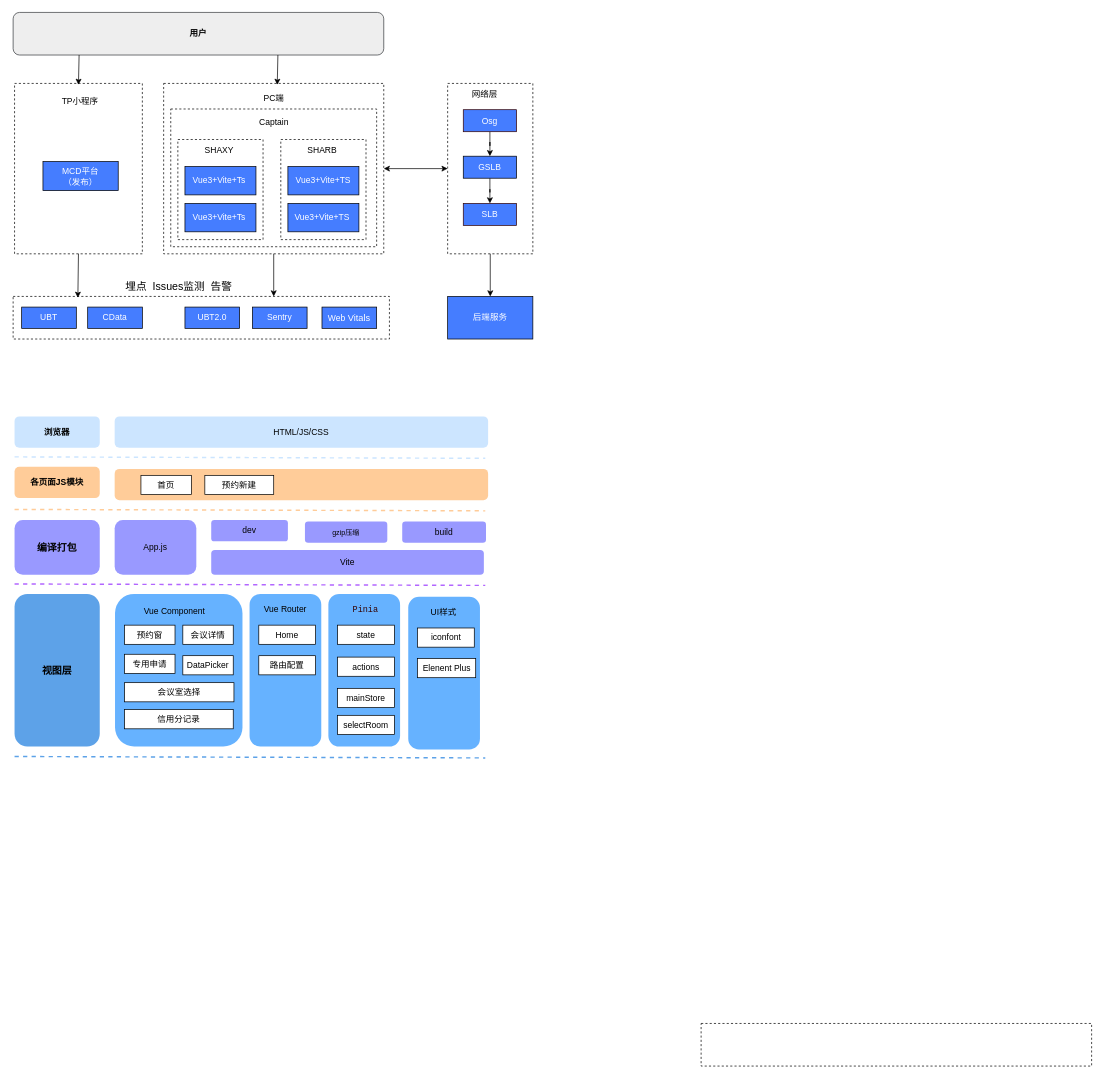
The draw.io diagram 未命名绘图.drawio in heaquan/xmind, before the edit. Source tidied: cells renumbered, new cells numbered last; positions are measured from the earlier drawing's top-left corner, leaving out a move shared by most shapes. Both pictures are drawn from the tidied source at 71%, with x=0, y=0 at pixel (13, 12).
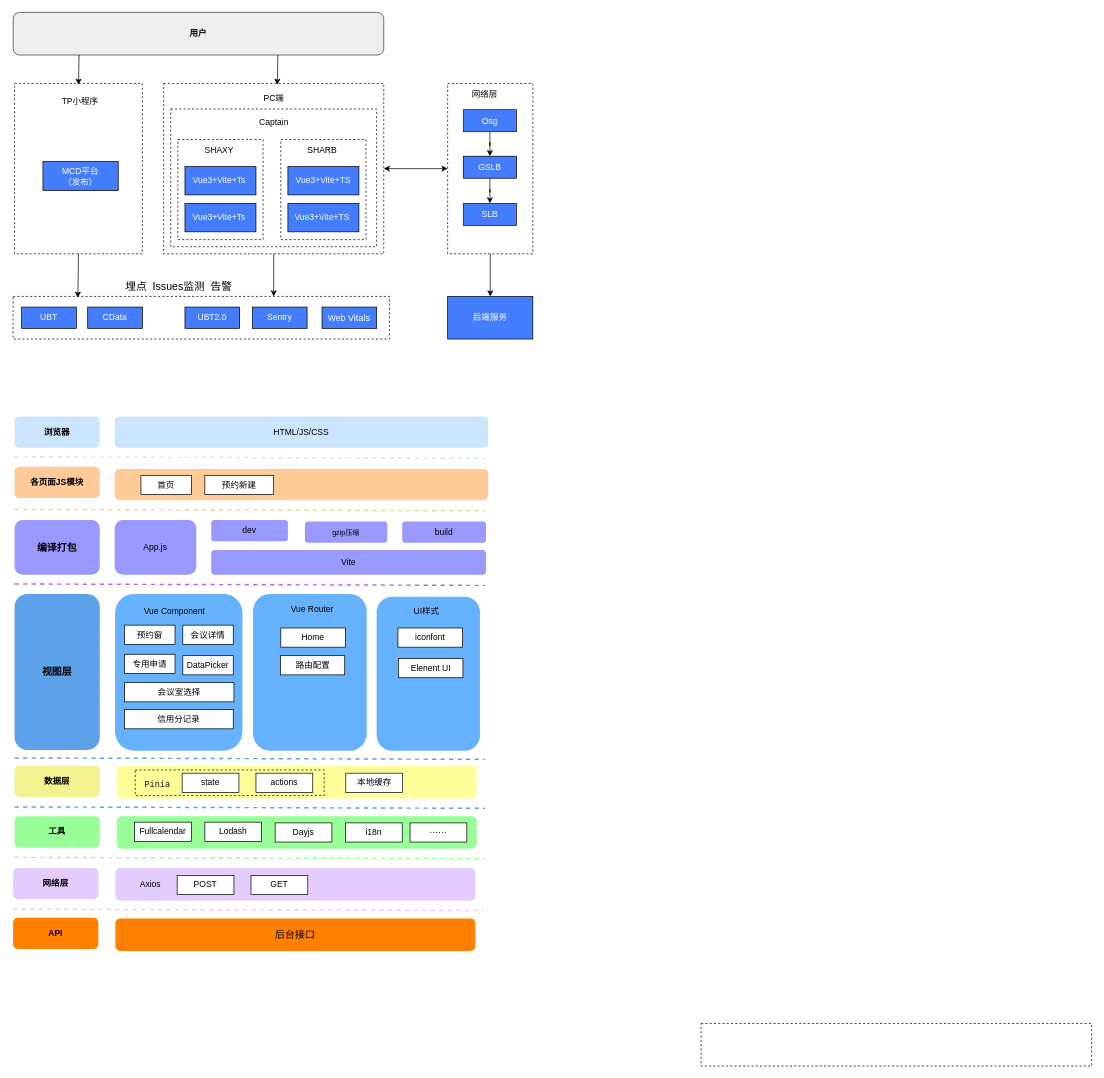
Above is the later version.

Commit message (it also covers changes not shown here):
更新未命名绘图.drawio

The edit, as a diff of the source:
```diff
@@
+    <mxCell id="79" style="rounded=1;whiteSpace=wrap;html=1;fillColor=#E5CCFF;strokeColor=none;fontStyle=1;fontSize=14;" parent="1" vertex="1">
+      <mxGeometry x="144" y="1205" width="507" height="46" as="geometry" />
+    </mxCell>
+    <mxCell id="72" style="rounded=1;whiteSpace=wrap;html=1;fillColor=#FFFF99;strokeColor=none;fontStyle=1;fontSize=14;" parent="1" vertex="1">
+      <mxGeometry x="146" y="1061" width="507" height="46" as="geometry" />
+    </mxCell>
+    <mxCell id="80" style="rounded=0;whiteSpace=wrap;html=1;fillColor=none;dashed=1;" parent="1" vertex="1">
+      <mxGeometry x="172" y="1067" width="266" height="36" as="geometry" />
+    </mxCell>
@@
     <mxCell id="52" value="Vite" style="rounded=1;whiteSpace=wrap;html=1;fillColor=#9999FF;strokeColor=none;fontStyle=0;" parent="1" vertex="1">
-      <mxGeometry x="279" y="757" width="384" height="35" as="geometry" />
+      <mxGeometry x="279" y="757" width="387" height="35" as="geometry" />
     </mxCell>
@@
     <mxCell id="55" value="视图层" style="rounded=1;whiteSpace=wrap;html=1;fillColor=#5DA2E8;strokeColor=none;fontStyle=1;fontSize=14;" parent="1" vertex="1">
-      <mxGeometry x="2" y="819" width="120" height="215" as="geometry" />
+      <mxGeometry x="2" y="819" width="120" height="220" as="geometry" />
     </mxCell>
     <mxCell id="56" style="rounded=1;whiteSpace=wrap;html=1;fillColor=#66B2FF;strokeColor=none;fontStyle=1;fontSize=14;" parent="1" vertex="1">
-      <mxGeometry x="143.5" y="819" width="179.5" height="215" as="geometry" />
+      <mxGeometry x="143.5" y="819" width="179.5" height="221" as="geometry" />
     </mxCell>
@@
     <mxCell id="64" style="rounded=1;whiteSpace=wrap;html=1;fillColor=#66B2FF;strokeColor=none;fontStyle=1;fontSize=14;" parent="1" vertex="1">
-      <mxGeometry x="556.5" y="823" width="101" height="215" as="geometry" />
+      <mxGeometry x="512" y="823" width="145.5" height="217" as="geometry" />
     </mxCell>
     <mxCell id="65" value="UI样式" style="text;html=1;align=center;verticalAlign=middle;strokeColor=none;fillColor=none;" parent="1" vertex="1">
-      <mxGeometry x="576" y="830" width="60" height="29" as="geometry" />
+      <mxGeometry x="552" y="829" width="60" height="29" as="geometry" />
     </mxCell>
     <mxCell id="66" value="iconfont" style="rounded=0;whiteSpace=wrap;html=1;" parent="1" vertex="1">
-      <mxGeometry x="569.5" y="867" width="80" height="27" as="geometry" />
+      <mxGeometry x="542" y="867" width="91" height="27" as="geometry" />
     </mxCell>
-    <mxCell id="67" value="Elenent Plus" style="rounded=0;whiteSpace=wrap;html=1;" parent="1" vertex="1">
-      <mxGeometry x="569.5" y="910" width="82" height="27" as="geometry" />
+    <mxCell id="67" value="Elenent UI" style="rounded=0;whiteSpace=wrap;html=1;" parent="1" vertex="1">
+      <mxGeometry x="542.5" y="910" width="91" height="27" as="geometry" />
     </mxCell>
     <mxCell id="68" style="rounded=1;whiteSpace=wrap;html=1;fillColor=#66B2FF;strokeColor=none;fontStyle=1;fontSize=14;" parent="1" vertex="1">
-      <mxGeometry x="333" y="819" width="101" height="215" as="geometry" />
+      <mxGeometry x="338" y="819" width="160" height="221" as="geometry" />
     </mxCell>
     <mxCell id="69" value="Vue Router" style="text;html=1;align=center;verticalAlign=middle;strokeColor=none;fillColor=none;" parent="1" vertex="1">
-      <mxGeometry x="338.5" y="826" width="88" height="29" as="geometry" />
+      <mxGeometry x="376.5" y="826" width="88" height="29" as="geometry" />
     </mxCell>
     <mxCell id="70" value="Home" style="rounded=0;whiteSpace=wrap;html=1;" parent="1" vertex="1">
-      <mxGeometry x="346" y="863" width="80" height="27" as="geometry" />
+      <mxGeometry x="377" y="867" width="91" height="27" as="geometry" />
     </mxCell>
     <mxCell id="71" value="路由配置" style="rounded=0;whiteSpace=wrap;html=1;" parent="1" vertex="1">
-      <mxGeometry x="346" y="906" width="80" height="27" as="geometry" />
+      <mxGeometry x="376.5" y="906" width="90.5" height="27" as="geometry" />
     </mxCell>
-    <mxCell id="72" style="rounded=1;whiteSpace=wrap;html=1;fillColor=#66B2FF;strokeColor=none;fontStyle=1;fontSize=14;" parent="1" vertex="1">
-      <mxGeometry x="444" y="819" width="101" height="215" as="geometry" />
-    </mxCell>
     <mxCell id="73" value="&lt;div style=&quot;font-family: Consolas, &amp;quot;Courier New&amp;quot;, monospace; font-size: 12px; line-height: 24px;&quot;&gt;Pinia&lt;/div&gt;" style="text;html=1;align=center;verticalAlign=middle;strokeColor=none;fillColor=none;labelBackgroundColor=none;fontColor=#330000;" parent="1" vertex="1">
-      <mxGeometry x="467" y="823" width="57" height="36" as="geometry" />
+      <mxGeometry x="174" y="1069" width="57" height="36" as="geometry" />
     </mxCell>
     <mxCell id="74" value="state" style="rounded=0;whiteSpace=wrap;html=1;" parent="1" vertex="1">
-      <mxGeometry x="457" y="863" width="80" height="27" as="geometry" />
+      <mxGeometry x="238" y="1071.5" width="80" height="27" as="geometry" />
     </mxCell>
-    <mxCell id="75" value="actions" style="rounded=0;whiteSpace=wrap;html=1;" parent="1" vertex="1">
-      <mxGeometry x="457" y="908" width="80" height="27" as="geometry" />
+    <mxCell id="75" value="actions" style="rounded=0;whiteSpace=wrap;html=1;strokeColor=default;" parent="1" vertex="1">
+      <mxGeometry x="342" y="1071.5" width="80" height="27" as="geometry" />
     </mxCell>
-    <mxCell id="76" value="mainStore" style="rounded=0;whiteSpace=wrap;html=1;" parent="1" vertex="1">
-      <mxGeometry x="457" y="952" width="80" height="27" as="geometry" />
+    <mxCell id="76" value="本地缓存" style="rounded=0;whiteSpace=wrap;html=1;" parent="1" vertex="1">
+      <mxGeometry x="468.5" y="1071.5" width="80" height="27" as="geometry" />
     </mxCell>
-    <mxCell id="77" value="selectRoom" style="rounded=0;whiteSpace=wrap;html=1;" parent="1" vertex="1">
-      <mxGeometry x="457" y="990" width="80" height="27" as="geometry" />
-    </mxCell>
     <mxCell id="78" style="endArrow=none;dashed=1;html=1;rounded=0;fillColor=#cce5ff;strokeColor=#5DA2E8;strokeWidth=2;" parent="1" edge="1">
       <mxGeometry relative="1" as="geometry">
-        <mxPoint x="2" y="1048" as="sourcePoint" />
-        <mxPoint x="665" y="1050" as="targetPoint" />
+        <mxPoint x="2" y="1050" as="sourcePoint" />
+        <mxPoint x="665" y="1052" as="targetPoint" />
       </mxGeometry>
     </mxCell>
+    <mxCell id="81" value="数据层" style="rounded=1;whiteSpace=wrap;html=1;fillColor=#F2F291;strokeColor=none;fontStyle=1;" parent="1" vertex="1">
+      <mxGeometry x="2" y="1061" width="120" height="44" as="geometry" />
+    </mxCell>
+    <mxCell id="82" style="endArrow=none;dashed=1;html=1;rounded=0;fillColor=#cce5ff;strokeColor=#5DA2E8;strokeWidth=2;" parent="1" edge="1">
+      <mxGeometry relative="1" as="geometry">
+        <mxPoint x="2" y="1119" as="sourcePoint" />
+        <mxPoint x="665" y="1121" as="targetPoint" />
+      </mxGeometry>
+    </mxCell>
+    <mxCell id="83" style="rounded=1;whiteSpace=wrap;html=1;fillColor=#99FF99;strokeColor=none;fontStyle=1;fontSize=14;" parent="1" vertex="1">
+      <mxGeometry x="146" y="1132" width="507" height="46" as="geometry" />
+    </mxCell>
+    <mxCell id="84" value="Fullcalendar" style="rounded=0;whiteSpace=wrap;html=1;" parent="1" vertex="1">
+      <mxGeometry x="171" y="1140.5" width="80" height="27" as="geometry" />
+    </mxCell>
+    <mxCell id="85" value="Lodash" style="rounded=0;whiteSpace=wrap;html=1;strokeColor=default;" parent="1" vertex="1">
+      <mxGeometry x="270" y="1140.5" width="80" height="27" as="geometry" />
+    </mxCell>
+    <mxCell id="86" value="Dayjs" style="rounded=0;whiteSpace=wrap;html=1;" parent="1" vertex="1">
+      <mxGeometry x="369" y="1141.5" width="80" height="27" as="geometry" />
+    </mxCell>
+    <mxCell id="87" value="工具" style="rounded=1;whiteSpace=wrap;html=1;fillColor=#99FF99;strokeColor=none;fontStyle=1;" parent="1" vertex="1">
+      <mxGeometry x="2" y="1132" width="120" height="44" as="geometry" />
+    </mxCell>
+    <mxCell id="88" style="endArrow=none;dashed=1;html=1;rounded=0;fillColor=#cce5ff;strokeColor=#99FF99;strokeWidth=2;" parent="1" edge="1">
+      <mxGeometry relative="1" as="geometry">
+        <mxPoint x="2" y="1190" as="sourcePoint" />
+        <mxPoint x="665" y="1192" as="targetPoint" />
+      </mxGeometry>
+    </mxCell>
+    <mxCell id="89" value="i18n" style="rounded=0;whiteSpace=wrap;html=1;" parent="1" vertex="1">
+      <mxGeometry x="468" y="1141.5" width="80" height="27" as="geometry" />
+    </mxCell>
+    <mxCell id="90" value="······" style="rounded=0;whiteSpace=wrap;html=1;" parent="1" vertex="1">
+      <mxGeometry x="559" y="1141.5" width="80" height="27" as="geometry" />
+    </mxCell>
+    <mxCell id="91" value="POST" style="rounded=0;whiteSpace=wrap;html=1;strokeColor=default;" parent="1" vertex="1">
+      <mxGeometry x="231" y="1215.5" width="80" height="27" as="geometry" />
+    </mxCell>
+    <mxCell id="92" value="GET" style="rounded=0;whiteSpace=wrap;html=1;" parent="1" vertex="1">
+      <mxGeometry x="335" y="1215.5" width="80" height="27" as="geometry" />
+    </mxCell>
+    <mxCell id="93" value="网络层" style="rounded=1;whiteSpace=wrap;html=1;fillColor=#E5CCFF;strokeColor=none;fontStyle=1;" parent="1" vertex="1">
+      <mxGeometry y="1205" width="120" height="44" as="geometry" />
+    </mxCell>
+    <mxCell id="94" style="endArrow=none;dashed=1;html=1;rounded=0;fillColor=#cce5ff;strokeColor=#E5CCFF;strokeWidth=2;" parent="1" edge="1">
+      <mxGeometry relative="1" as="geometry">
+        <mxPoint y="1263" as="sourcePoint" />
+        <mxPoint x="663" y="1265" as="targetPoint" />
+      </mxGeometry>
+    </mxCell>
+    <mxCell id="95" value="Axios" style="text;html=1;align=center;verticalAlign=middle;strokeColor=none;fillColor=none;" parent="1" vertex="1">
+      <mxGeometry x="167" y="1214.5" width="52" height="29" as="geometry" />
+    </mxCell>
+    <mxCell id="96" value="API" style="rounded=1;whiteSpace=wrap;html=1;fillColor=#FF8000;strokeColor=none;fontStyle=1;" parent="1" vertex="1">
+      <mxGeometry y="1275" width="120" height="44" as="geometry" />
+    </mxCell>
+    <mxCell id="97" value="后台接口" style="rounded=1;whiteSpace=wrap;html=1;fillColor=#FF8000;strokeColor=none;fontStyle=0;fontSize=14;" parent="1" vertex="1">
+      <mxGeometry x="144" y="1276" width="507" height="46" as="geometry" />
+    </mxCell>
```
